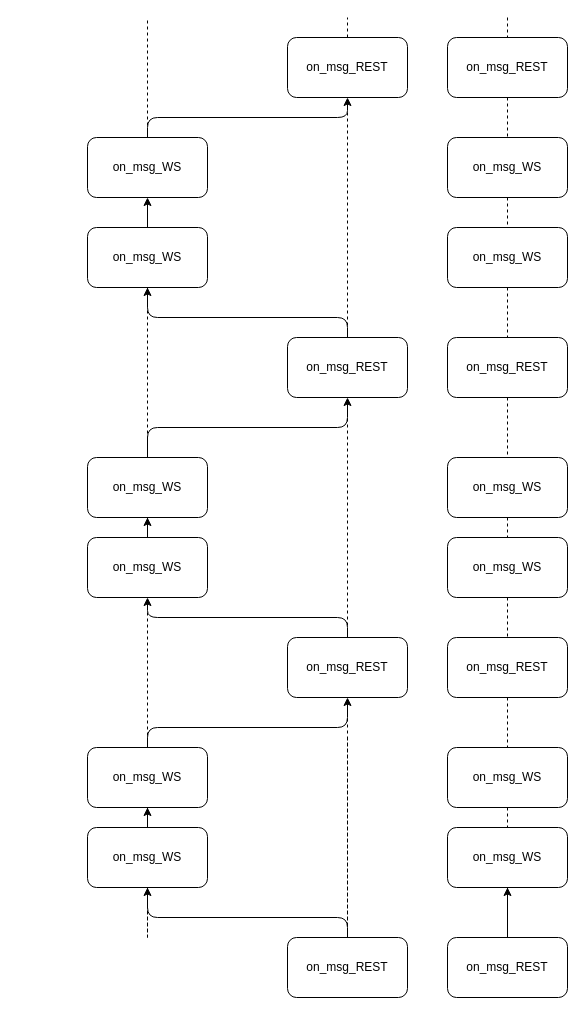
The draw.io diagram page "1b-1" (2 of 2) of docs/framework.drawio in xhn2333/time-research-coding, before the edit. Source tidied: cells renumbered, new cells numbered last; positions are measured from the earlier drawing's top-left corner, leaving out a move shared by most shapes. Both pictures are drawn from the tidied source at 100%, with x=0, y=0 at pixel (87, 17).
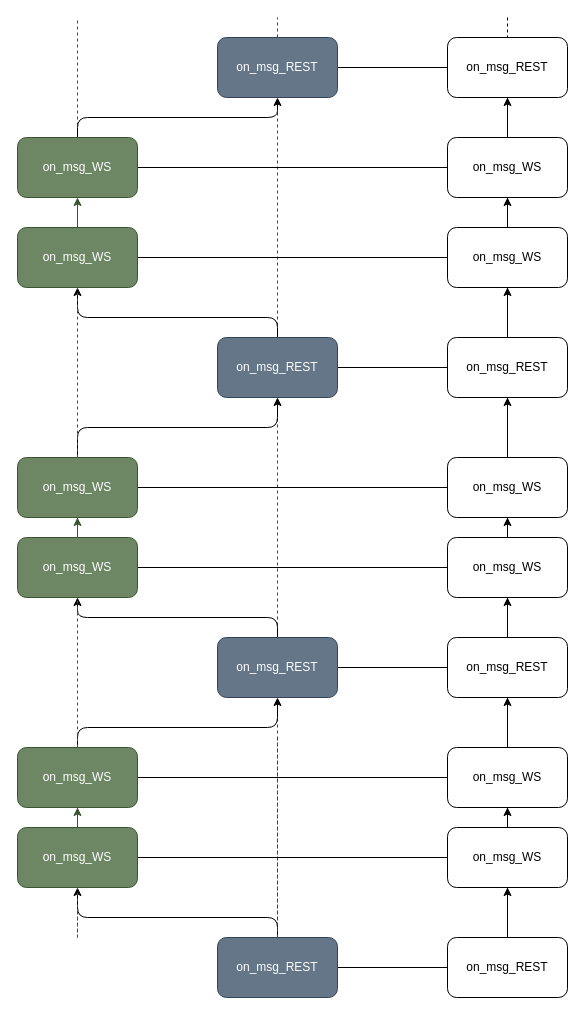
Above is the later version.

The change refers to these unchanged cells:
```xml
<mxCell id="36" value="on_msg_REST" style="rounded=1;whiteSpace=wrap;html=1;labelBackgroundColor=none;" parent="1" vertex="1">
  <mxGeometry x="360" y="20" width="120" height="60" as="geometry" />
</mxCell>
<mxCell id="38" value="on_msg_WS" style="rounded=1;whiteSpace=wrap;html=1;labelBackgroundColor=none;" parent="1" vertex="1">
  <mxGeometry x="360" y="120" width="120" height="60" as="geometry" />
</mxCell>
<mxCell id="40" value="on_msg_WS" style="rounded=1;whiteSpace=wrap;html=1;labelBackgroundColor=none;" parent="1" vertex="1">
  <mxGeometry x="360" y="210" width="120" height="60" as="geometry" />
</mxCell>
<mxCell id="42" value="on_msg_REST" style="rounded=1;whiteSpace=wrap;html=1;labelBackgroundColor=none;" parent="1" vertex="1">
  <mxGeometry x="360" y="320" width="120" height="60" as="geometry" />
</mxCell>
<mxCell id="44" value="on_msg_WS" style="rounded=1;whiteSpace=wrap;html=1;labelBackgroundColor=none;" parent="1" vertex="1">
  <mxGeometry x="360" y="440" width="120" height="60" as="geometry" />
</mxCell>
<mxCell id="46" value="on_msg_WS" style="rounded=1;whiteSpace=wrap;html=1;labelBackgroundColor=none;" parent="1" vertex="1">
  <mxGeometry x="360" y="520" width="120" height="60" as="geometry" />
</mxCell>
<mxCell id="48" value="on_msg_REST" style="rounded=1;whiteSpace=wrap;html=1;labelBackgroundColor=none;" parent="1" vertex="1">
  <mxGeometry x="360" y="620" width="120" height="60" as="geometry" />
</mxCell>
<mxCell id="50" value="on_msg_WS" style="rounded=1;whiteSpace=wrap;html=1;labelBackgroundColor=none;" parent="1" vertex="1">
  <mxGeometry x="360" y="730" width="120" height="60" as="geometry" />
</mxCell>
<mxCell id="52" value="on_msg_WS" style="rounded=1;whiteSpace=wrap;html=1;labelBackgroundColor=none;" parent="1" vertex="1">
  <mxGeometry x="360" y="810" width="120" height="60" as="geometry" />
</mxCell>
<mxCell id="55" value="on_msg_REST" style="rounded=1;whiteSpace=wrap;html=1;labelBackgroundColor=none;" parent="1" vertex="1">
  <mxGeometry x="360" y="920" width="120" height="60" as="geometry" />
</mxCell>
```

The edit, as a diff of the source:
```diff
@@
-    <mxCell id="2" style="endArrow=none;dashed=1;html=1;startArrow=none;" parent="1" edge="1" source="27">
+    <mxCell id="2" style="endArrow=none;dashed=1;html=1;startArrow=none;fillColor=#6d8764;strokeColor=#3A5431;" parent="1" edge="1" source="27">
       <mxGeometry relative="1" as="geometry">
-        <mxPoint x="60" as="targetPoint" />
+        <mxPoint x="-10" as="targetPoint" />
       </mxGeometry>
     </mxCell>
-    <mxCell id="3" style="endArrow=none;dashed=1;html=1;startArrow=none;" parent="1" edge="1" source="10">
+    <mxCell id="3" style="endArrow=none;dashed=1;html=1;startArrow=none;fillColor=#647687;strokeColor=#314354;" parent="1" edge="1" source="10">
       <mxGeometry relative="1" as="geometry">
-        <mxPoint x="260" as="targetPoint" />
+        <mxPoint x="190" as="targetPoint" />
       </mxGeometry>
     </mxCell>
-    <mxCell id="4" style="endArrow=none;dashed=1;html=1;startArrow=none;" parent="1" edge="1" source="31">
+    <mxCell id="4" style="endArrow=none;dashed=1;html=1;startArrow=none;fillColor=#6d8764;strokeColor=#3A5431;" parent="1" edge="1" source="31">
       <mxGeometry relative="1" as="geometry">
-        <mxPoint x="60" y="920" as="targetPoint" />
+        <mxPoint x="-10" y="920" as="targetPoint" />
       </mxGeometry>
     </mxCell>
-    <mxCell id="5" style="endArrow=none;dashed=1;html=1;" parent="1" edge="1" target="7">
+    <mxCell id="5" style="endArrow=none;dashed=1;html=1;fillColor=#647687;strokeColor=#314354;" parent="1" edge="1" target="7">
       <mxGeometry relative="1" as="geometry">
-        <mxPoint x="260" y="720" as="sourcePoint" />
+        <mxPoint x="190" y="720" as="sourcePoint" />
       </mxGeometry>
     </mxCell>
     <mxCell id="6" style="edgeStyle=orthogonalEdgeStyle;html=1;entryX=0.5;entryY=1;entryDx=0;entryDy=0;" parent="1" edge="1" source="7" target="31">
       <mxGeometry relative="1" as="geometry">
         <Array as="points">
-          <mxPoint x="260" y="900" />
-          <mxPoint x="60" y="900" />
+          <mxPoint x="190" y="900" />
+          <mxPoint x="-10" y="900" />
         </Array>
       </mxGeometry>
     </mxCell>
+    <mxCell id="56" style="edgeStyle=orthogonalEdgeStyle;html=1;endArrow=none;endFill=0;" parent="1" edge="1" source="7" target="55">
+      <mxGeometry relative="1" as="geometry" />
+    </mxCell>
-    <mxCell id="7" value="on_msg_REST" style="rounded=1;whiteSpace=wrap;html=1;labelBackgroundColor=none;" parent="1" vertex="1">
-      <mxGeometry x="200" y="920" width="120" height="60" as="geometry" />
+    <mxCell id="7" value="on_msg_REST" style="rounded=1;whiteSpace=wrap;html=1;labelBackgroundColor=none;fillColor=#647687;fontColor=#ffffff;strokeColor=#314354;" parent="1" vertex="1">
+      <mxGeometry x="130" y="920" width="120" height="60" as="geometry" />
     </mxCell>
-    <mxCell id="8" style="endArrow=none;dashed=1;html=1;startArrow=none;" parent="1" edge="1" source="7" target="10">
+    <mxCell id="8" style="endArrow=none;dashed=1;html=1;startArrow=none;fillColor=#647687;strokeColor=#314354;" parent="1" edge="1" source="7" target="10">
       <mxGeometry relative="1" as="geometry" />
     </mxCell>
     <mxCell id="9" style="edgeStyle=orthogonalEdgeStyle;html=1;entryX=0.5;entryY=1;entryDx=0;entryDy=0;" parent="1" edge="1" source="10" target="22">
       <mxGeometry relative="1" as="geometry">
         <Array as="points">
-          <mxPoint x="260" y="600" />
+          <mxPoint x="190" y="600" />
         </Array>
       </mxGeometry>
     </mxCell>
+    <mxCell id="57" style="edgeStyle=orthogonalEdgeStyle;html=1;entryX=0;entryY=0.5;entryDx=0;entryDy=0;endArrow=none;endFill=0;strokeColor=default;" parent="1" edge="1" source="10" target="48">
+      <mxGeometry relative="1" as="geometry" />
+    </mxCell>
-    <mxCell id="10" value="on_msg_REST" style="rounded=1;whiteSpace=wrap;html=1;labelBackgroundColor=none;" parent="1" vertex="1">
-      <mxGeometry x="200" y="620" width="120" height="60" as="geometry" />
+    <mxCell id="10" value="on_msg_REST" style="rounded=1;whiteSpace=wrap;html=1;labelBackgroundColor=none;fillColor=#647687;fontColor=#ffffff;strokeColor=#314354;" parent="1" vertex="1">
+      <mxGeometry x="130" y="620" width="120" height="60" as="geometry" />
     </mxCell>
     <mxCell id="11" style="edgeStyle=orthogonalEdgeStyle;html=1;" parent="1" edge="1" source="12" target="29">
       <mxGeometry relative="1" as="geometry">
         <Array as="points">
-          <mxPoint x="260" y="300" />
-          <mxPoint x="60" y="300" />
+          <mxPoint x="190" y="300" />
+          <mxPoint x="-10" y="300" />
         </Array>
       </mxGeometry>
     </mxCell>
+    <mxCell id="58" style="edgeStyle=orthogonalEdgeStyle;html=1;endArrow=none;endFill=0;strokeColor=default;" parent="1" edge="1" source="12" target="42">
+      <mxGeometry relative="1" as="geometry" />
+    </mxCell>
-    <mxCell id="12" value="on_msg_REST" style="rounded=1;whiteSpace=wrap;html=1;labelBackgroundColor=none;" parent="1" vertex="1">
-      <mxGeometry x="200" y="320" width="120" height="60" as="geometry" />
+    <mxCell id="12" value="on_msg_REST" style="rounded=1;whiteSpace=wrap;html=1;labelBackgroundColor=none;fillColor=#647687;fontColor=#ffffff;strokeColor=#314354;" parent="1" vertex="1">
+      <mxGeometry x="130" y="320" width="120" height="60" as="geometry" />
     </mxCell>
+    <mxCell id="59" style="edgeStyle=orthogonalEdgeStyle;html=1;endArrow=none;endFill=0;strokeColor=default;" parent="1" edge="1" source="13" target="36">
+      <mxGeometry relative="1" as="geometry" />
+    </mxCell>
-    <mxCell id="13" value="on_msg_REST" style="rounded=1;whiteSpace=wrap;html=1;labelBackgroundColor=none;" parent="1" vertex="1">
-      <mxGeometry x="200" y="20" width="120" height="60" as="geometry" />
+    <mxCell id="13" value="on_msg_REST" style="rounded=1;whiteSpace=wrap;html=1;labelBackgroundColor=none;fillColor=#647687;fontColor=#ffffff;strokeColor=#314354;" parent="1" vertex="1">
+      <mxGeometry x="130" y="20" width="120" height="60" as="geometry" />
     </mxCell>
-    <mxCell id="14" style="endArrow=none;dashed=1;html=1;startArrow=none;" parent="1" edge="1" source="33" target="31">
+    <mxCell id="14" style="endArrow=none;dashed=1;html=1;startArrow=none;fillColor=#6d8764;strokeColor=#3A5431;" parent="1" edge="1" source="33" target="31">
       <mxGeometry relative="1" as="geometry" />
     </mxCell>
-    <mxCell id="15" style="edgeStyle=orthogonalEdgeStyle;html=1;" parent="1" edge="1" source="31" target="33">
+    <mxCell id="15" style="edgeStyle=orthogonalEdgeStyle;html=1;fillColor=#6d8764;strokeColor=#3A5431;" parent="1" edge="1" source="31" target="33">
       <mxGeometry relative="1" as="geometry" />
     </mxCell>
-    <mxCell id="16" style="endArrow=none;dashed=1;html=1;" parent="1" edge="1" target="33">
+    <mxCell id="16" style="endArrow=none;dashed=1;html=1;fillColor=#6d8764;strokeColor=#3A5431;" parent="1" edge="1" target="33">
       <mxGeometry relative="1" as="geometry">
-        <mxPoint x="60" y="720" as="sourcePoint" />
+        <mxPoint x="-10" y="720" as="sourcePoint" />
       </mxGeometry>
     </mxCell>
     <mxCell id="17" style="edgeStyle=orthogonalEdgeStyle;html=1;entryX=0.5;entryY=1;entryDx=0;entryDy=0;" parent="1" edge="1" source="33" target="10">
       <mxGeometry relative="1" as="geometry">
         <Array as="points">
-          <mxPoint x="60" y="710" />
-          <mxPoint x="260" y="710" />
+          <mxPoint x="-10" y="710" />
+          <mxPoint x="190" y="710" />
         </Array>
       </mxGeometry>
     </mxCell>
-    <mxCell id="18" style="edgeStyle=orthogonalEdgeStyle;html=1;" parent="1" edge="1" source="29" target="27">
+    <mxCell id="18" style="edgeStyle=orthogonalEdgeStyle;html=1;fillColor=#6d8764;strokeColor=#3A5431;" parent="1" edge="1" source="29" target="27">
       <mxGeometry relative="1" as="geometry" />
     </mxCell>
     <mxCell id="19" style="edgeStyle=orthogonalEdgeStyle;html=1;" parent="1" edge="1" source="27" target="13">
       <mxGeometry relative="1" as="geometry">
         <Array as="points">
-          <mxPoint x="60" y="100" />
-          <mxPoint x="260" y="100" />
+          <mxPoint x="-10" y="100" />
+          <mxPoint x="190" y="100" />
         </Array>
       </mxGeometry>
     </mxCell>
-    <mxCell id="20" style="endArrow=none;dashed=1;html=1;startArrow=none;" parent="1" edge="1" source="33" target="22">
+    <mxCell id="20" style="endArrow=none;dashed=1;html=1;startArrow=none;fillColor=#6d8764;strokeColor=#3A5431;" parent="1" edge="1" source="33" target="22">
       <mxGeometry relative="1" as="geometry" />
     </mxCell>
-    <mxCell id="21" style="edgeStyle=orthogonalEdgeStyle;html=1;" parent="1" edge="1" source="22" target="25">
+    <mxCell id="21" style="edgeStyle=orthogonalEdgeStyle;html=1;fillColor=#6d8764;strokeColor=#3A5431;" parent="1" edge="1" source="22" target="25">
       <mxGeometry relative="1" as="geometry" />
     </mxCell>
+    <mxCell id="60" style="edgeStyle=orthogonalEdgeStyle;html=1;endArrow=none;endFill=0;strokeColor=default;" parent="1" edge="1" source="22" target="46">
+      <mxGeometry relative="1" as="geometry" />
+    </mxCell>
-    <mxCell id="22" value="on_msg_WS" style="rounded=1;whiteSpace=wrap;html=1;labelBackgroundColor=none;" parent="1" vertex="1">
-      <mxGeometry y="520" width="120" height="60" as="geometry" />
+    <mxCell id="22" value="on_msg_WS" style="rounded=1;whiteSpace=wrap;html=1;labelBackgroundColor=none;fillColor=#6d8764;fontColor=#ffffff;strokeColor=#3A5431;" parent="1" vertex="1">
+      <mxGeometry x="-70" y="520" width="120" height="60" as="geometry" />
     </mxCell>
-    <mxCell id="23" style="endArrow=none;dashed=1;html=1;startArrow=none;" parent="1" edge="1" source="22" target="25">
+    <mxCell id="23" style="endArrow=none;dashed=1;html=1;startArrow=none;fillColor=#6d8764;strokeColor=#3A5431;" parent="1" edge="1" source="22" target="25">
       <mxGeometry relative="1" as="geometry" />
     </mxCell>
     <mxCell id="24" style="edgeStyle=orthogonalEdgeStyle;html=1;" parent="1" edge="1" source="25" target="12">
       <mxGeometry relative="1" as="geometry">
         <Array as="points">
-          <mxPoint x="60" y="410" />
-          <mxPoint x="260" y="410" />
+          <mxPoint x="-10" y="410" />
+          <mxPoint x="190" y="410" />
         </Array>
       </mxGeometry>
     </mxCell>
+    <mxCell id="61" style="edgeStyle=orthogonalEdgeStyle;html=1;entryX=0;entryY=0.5;entryDx=0;entryDy=0;endArrow=none;endFill=0;strokeColor=default;" parent="1" edge="1" source="25" target="44">
+      <mxGeometry relative="1" as="geometry" />
+    </mxCell>
-    <mxCell id="25" value="on_msg_WS" style="rounded=1;whiteSpace=wrap;html=1;labelBackgroundColor=none;" parent="1" vertex="1">
-      <mxGeometry y="440" width="120" height="60" as="geometry" />
+    <mxCell id="25" value="on_msg_WS" style="rounded=1;whiteSpace=wrap;html=1;labelBackgroundColor=none;fillColor=#6d8764;fontColor=#ffffff;strokeColor=#3A5431;" parent="1" vertex="1">
+      <mxGeometry x="-70" y="440" width="120" height="60" as="geometry" />
     </mxCell>
-    <mxCell id="26" style="endArrow=none;dashed=1;html=1;startArrow=none;" parent="1" edge="1" source="29" target="27">
+    <mxCell id="26" style="endArrow=none;dashed=1;html=1;startArrow=none;fillColor=#6d8764;strokeColor=#3A5431;" parent="1" edge="1" source="29" target="27">
       <mxGeometry relative="1" as="geometry" />
     </mxCell>
+    <mxCell id="62" style="edgeStyle=orthogonalEdgeStyle;html=1;endArrow=none;endFill=0;strokeColor=default;" parent="1" edge="1" source="27" target="38">
+      <mxGeometry relative="1" as="geometry" />
+    </mxCell>
-    <mxCell id="27" value="on_msg_WS" style="rounded=1;whiteSpace=wrap;html=1;labelBackgroundColor=none;" parent="1" vertex="1">
-      <mxGeometry y="120" width="120" height="60" as="geometry" />
+    <mxCell id="27" value="on_msg_WS" style="rounded=1;whiteSpace=wrap;html=1;labelBackgroundColor=none;fillColor=#6d8764;fontColor=#ffffff;strokeColor=#3A5431;" parent="1" vertex="1">
+      <mxGeometry x="-70" y="120" width="120" height="60" as="geometry" />
     </mxCell>
-    <mxCell id="28" style="endArrow=none;dashed=1;html=1;startArrow=none;" parent="1" edge="1" source="25" target="29">
+    <mxCell id="28" style="endArrow=none;dashed=1;html=1;startArrow=none;fillColor=#6d8764;strokeColor=#3A5431;" parent="1" edge="1" source="25" target="29">
       <mxGeometry relative="1" as="geometry" />
     </mxCell>
+    <mxCell id="63" style="edgeStyle=orthogonalEdgeStyle;html=1;endArrow=none;endFill=0;strokeColor=default;" parent="1" edge="1" source="29" target="40">
+      <mxGeometry relative="1" as="geometry" />
+    </mxCell>
-    <mxCell id="29" value="on_msg_WS" style="rounded=1;whiteSpace=wrap;html=1;labelBackgroundColor=none;" parent="1" vertex="1">
-      <mxGeometry y="210" width="120" height="60" as="geometry" />
+    <mxCell id="29" value="on_msg_WS" style="rounded=1;whiteSpace=wrap;html=1;labelBackgroundColor=none;fillColor=#6d8764;fontColor=#ffffff;strokeColor=#3A5431;" parent="1" vertex="1">
+      <mxGeometry x="-70" y="210" width="120" height="60" as="geometry" />
     </mxCell>
-    <mxCell id="30" style="endArrow=none;dashed=1;html=1;startArrow=none;" parent="1" edge="1" target="31">
+    <mxCell id="30" style="endArrow=none;dashed=1;html=1;startArrow=none;fillColor=#6d8764;strokeColor=#3A5431;" parent="1" edge="1" target="31">
       <mxGeometry relative="1" as="geometry">
-        <mxPoint x="60" y="920" as="sourcePoint" />
+        <mxPoint x="-10" y="920" as="sourcePoint" />
       </mxGeometry>
     </mxCell>
+    <mxCell id="64" style="edgeStyle=orthogonalEdgeStyle;html=1;endArrow=none;endFill=0;strokeColor=default;" parent="1" edge="1" source="31" target="52">
+      <mxGeometry relative="1" as="geometry" />
+    </mxCell>
-    <mxCell id="31" value="on_msg_WS" style="rounded=1;whiteSpace=wrap;html=1;labelBackgroundColor=none;" parent="1" vertex="1">
-      <mxGeometry y="810" width="120" height="60" as="geometry" />
+    <mxCell id="31" value="on_msg_WS" style="rounded=1;whiteSpace=wrap;html=1;labelBackgroundColor=none;fillColor=#6d8764;fontColor=#ffffff;strokeColor=#3A5431;" parent="1" vertex="1">
+      <mxGeometry x="-70" y="810" width="120" height="60" as="geometry" />
     </mxCell>
-    <mxCell id="32" style="endArrow=none;dashed=1;html=1;startArrow=none;" parent="1" edge="1" source="31" target="33">
+    <mxCell id="32" style="endArrow=none;dashed=1;html=1;startArrow=none;fillColor=#6d8764;strokeColor=#3A5431;" parent="1" edge="1" source="31" target="33">
       <mxGeometry relative="1" as="geometry" />
     </mxCell>
+    <mxCell id="65" style="edgeStyle=orthogonalEdgeStyle;html=1;endArrow=none;endFill=0;strokeColor=default;" parent="1" edge="1" source="33" target="50">
+      <mxGeometry relative="1" as="geometry" />
+    </mxCell>
-    <mxCell id="33" value="on_msg_WS" style="rounded=1;whiteSpace=wrap;html=1;labelBackgroundColor=none;" parent="1" vertex="1">
-      <mxGeometry y="730" width="120" height="60" as="geometry" />
+    <mxCell id="33" value="on_msg_WS" style="rounded=1;whiteSpace=wrap;html=1;labelBackgroundColor=none;fillColor=#6d8764;fontColor=#ffffff;strokeColor=#3A5431;" parent="1" vertex="1">
+      <mxGeometry x="-70" y="730" width="120" height="60" as="geometry" />
     </mxCell>
@@
+    <mxCell id="66" style="edgeStyle=orthogonalEdgeStyle;html=1;strokeColor=default;startArrow=none;startFill=0;endArrow=classic;endFill=1;" parent="1" edge="1" source="38" target="36">
+      <mxGeometry relative="1" as="geometry" />
+    </mxCell>
@@
+    <mxCell id="67" style="edgeStyle=orthogonalEdgeStyle;html=1;strokeColor=default;startArrow=none;startFill=0;endArrow=classic;endFill=1;" parent="1" edge="1" source="40" target="38">
+      <mxGeometry relative="1" as="geometry" />
+    </mxCell>
@@
+    <mxCell id="68" style="edgeStyle=orthogonalEdgeStyle;html=1;strokeColor=default;startArrow=none;startFill=0;endArrow=classic;endFill=1;" parent="1" edge="1" source="42" target="40">
+      <mxGeometry relative="1" as="geometry" />
+    </mxCell>
@@
+    <mxCell id="69" style="edgeStyle=orthogonalEdgeStyle;html=1;strokeColor=default;startArrow=none;startFill=0;endArrow=classic;endFill=1;" parent="1" edge="1" source="44" target="42">
+      <mxGeometry relative="1" as="geometry" />
+    </mxCell>
@@
+    <mxCell id="70" style="edgeStyle=orthogonalEdgeStyle;html=1;strokeColor=default;startArrow=none;startFill=0;endArrow=classic;endFill=1;" parent="1" edge="1" source="46" target="44">
+      <mxGeometry relative="1" as="geometry" />
+    </mxCell>
@@
+    <mxCell id="71" style="edgeStyle=orthogonalEdgeStyle;html=1;strokeColor=default;startArrow=none;startFill=0;endArrow=classic;endFill=1;" parent="1" edge="1" source="48" target="46">
+      <mxGeometry relative="1" as="geometry" />
+    </mxCell>
@@
+    <mxCell id="72" style="edgeStyle=orthogonalEdgeStyle;html=1;strokeColor=default;startArrow=none;startFill=0;endArrow=classic;endFill=1;" parent="1" edge="1" source="50" target="48">
+      <mxGeometry relative="1" as="geometry" />
+    </mxCell>
@@
+    <mxCell id="73" style="edgeStyle=orthogonalEdgeStyle;html=1;strokeColor=default;endArrow=classic;endFill=1;startArrow=none;startFill=0;" parent="1" edge="1" source="52" target="50">
+      <mxGeometry relative="1" as="geometry" />
+    </mxCell>
```
